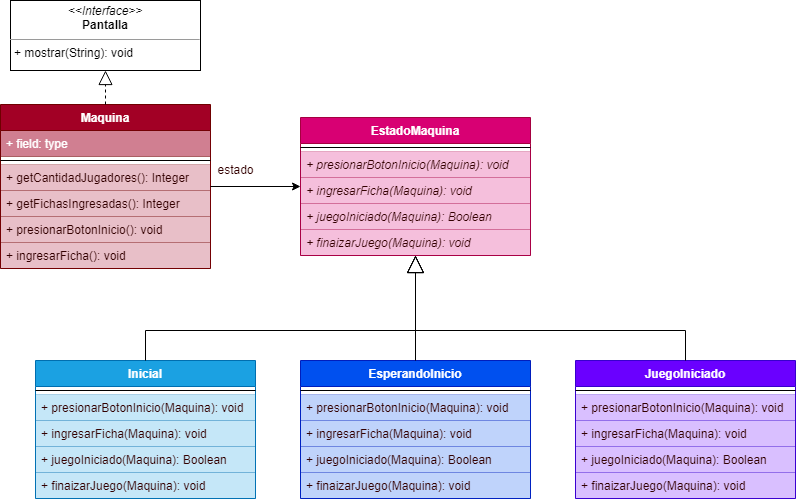
Above: src/ar/edu/unq/po2/stateStrategy/videoJuego/VideoJuego-State.png in leonelmontiel/unq-po2-2do (draw.io), before the change. Source tidied: cells renumbered, new cells last; positions are measured from the earlier drawing's top-left corner, leaving out a move shared by most shapes.
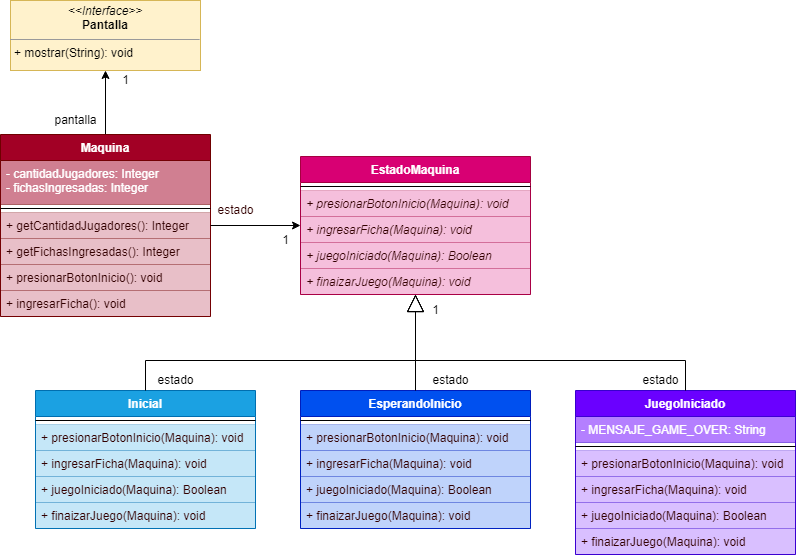
The same file after the commit.

Commit message:
ejercicio reproductorMP3 state

Diff of the diagram source:
```diff
@@ -2,32 +2,35 @@
   <root>
     <mxCell id="0" />
     <mxCell id="1" parent="0" />
+    <mxCell id="39" style="edgeStyle=orthogonalEdgeStyle;rounded=0;jettySize=auto;html=1;entryX=0.5;entryY=1;entryDx=0;entryDy=0;fontColor=default;" parent="1" edge="1" source="2" target="9">
+      <mxGeometry relative="1" as="geometry" />
+    </mxCell>
     <mxCell id="2" value="Maquina" style="swimlane;fontStyle=1;align=center;verticalAlign=top;horizontal=1;startSize=26;fillColor=#a20025;fontColor=#ffffff;strokeColor=#6F0000;" parent="1" vertex="1">
-      <mxGeometry y="104" width="210" height="164" as="geometry" />
+      <mxGeometry y="104" width="210" height="182" as="geometry" />
     </mxCell>
-    <mxCell id="3" value="+ field: type" style="text;strokeColor=#6F0000;fillColor=#a20025;align=left;verticalAlign=top;spacingLeft=4;spacingRight=4;overflow=hidden;fontColor=#ffffff;opacity=50;" parent="2" vertex="1">
-      <mxGeometry y="26" width="210" height="26" as="geometry" />
+    <mxCell id="3" value="- cantidadJugadores: Integer&#10;- fichasIngresadas: Integer" style="text;strokeColor=#6F0000;fillColor=#a20025;align=left;verticalAlign=top;spacingLeft=4;spacingRight=4;overflow=hidden;fontColor=#ffffff;opacity=50;" parent="2" vertex="1">
+      <mxGeometry y="26" width="210" height="44" as="geometry" />
     </mxCell>
     <mxCell id="4" style="line;strokeWidth=1;fillColor=none;align=left;verticalAlign=middle;spacingTop=-1;spacingLeft=3;spacingRight=3;labelPosition=right;" parent="2" vertex="1">
-      <mxGeometry y="52" width="210" height="8" as="geometry" />
+      <mxGeometry y="70" width="210" height="8" as="geometry" />
     </mxCell>
     <mxCell id="5" value="+ getCantidadJugadores(): Integer" style="text;strokeColor=#6F0000;fillColor=#a20025;align=left;verticalAlign=top;spacingLeft=4;spacingRight=4;overflow=hidden;fontColor=#330000;opacity=25;" parent="2" vertex="1">
-      <mxGeometry y="60" width="210" height="26" as="geometry" />
+      <mxGeometry y="78" width="210" height="26" as="geometry" />
     </mxCell>
     <mxCell id="6" value="+ getFichasIngresadas(): Integer" style="text;strokeColor=#6F0000;fillColor=#a20025;align=left;verticalAlign=top;spacingLeft=4;spacingRight=4;overflow=hidden;fontColor=#330000;opacity=25;" parent="2" vertex="1">
-      <mxGeometry y="86" width="210" height="26" as="geometry" />
+      <mxGeometry y="104" width="210" height="26" as="geometry" />
     </mxCell>
     <mxCell id="7" value="+ presionarBotonInicio(): void" style="text;strokeColor=#6F0000;fillColor=#a20025;align=left;verticalAlign=top;spacingLeft=4;spacingRight=4;overflow=hidden;fontColor=#330000;opacity=25;" parent="2" vertex="1">
-      <mxGeometry y="112" width="210" height="26" as="geometry" />
+      <mxGeometry y="130" width="210" height="26" as="geometry" />
     </mxCell>
     <mxCell id="8" value="+ ingresarFicha(): void" style="text;strokeColor=#6F0000;fillColor=#a20025;align=left;verticalAlign=top;spacingLeft=4;spacingRight=4;overflow=hidden;fontColor=#330000;opacity=25;" parent="2" vertex="1">
-      <mxGeometry y="138" width="210" height="26" as="geometry" />
+      <mxGeometry y="156" width="210" height="26" as="geometry" />
     </mxCell>
-    <mxCell id="9" value="&lt;p style=&quot;margin: 0px ; margin-top: 4px ; text-align: center&quot;&gt;&lt;i&gt;&amp;lt;&amp;lt;Interface&amp;gt;&amp;gt;&lt;/i&gt;&lt;br&gt;&lt;b&gt;Pantalla&lt;/b&gt;&lt;/p&gt;&lt;hr size=&quot;1&quot;&gt;&lt;p style=&quot;margin: 0px ; margin-left: 4px&quot;&gt;+ mostrar(String): void&lt;br&gt;&lt;br&gt;&lt;/p&gt;" style="verticalAlign=top;align=left;overflow=fill;fontSize=12;fontFamily=Helvetica;html=1;" parent="1" vertex="1">
-      <mxGeometry x="10" width="190" height="70" as="geometry" />
+    <mxCell id="9" value="&lt;p style=&quot;margin: 0px ; margin-top: 4px ; text-align: center&quot;&gt;&lt;i&gt;&amp;lt;&amp;lt;Interface&amp;gt;&amp;gt;&lt;/i&gt;&lt;br&gt;&lt;b&gt;Pantalla&lt;/b&gt;&lt;/p&gt;&lt;hr size=&quot;1&quot;&gt;&lt;p style=&quot;margin: 0px ; margin-left: 4px&quot;&gt;+ mostrar(String): void&lt;br&gt;&lt;br&gt;&lt;/p&gt;" style="verticalAlign=top;align=left;overflow=fill;fontSize=12;fontFamily=Helvetica;html=1;fillColor=#fff2cc;strokeColor=#d6b656;" parent="1" vertex="1">
+      <mxGeometry x="10" y="-30" width="190" height="70" as="geometry" />
     </mxCell>
     <mxCell id="10" value="EstadoMaquina" style="swimlane;fontStyle=1;align=center;verticalAlign=top;horizontal=1;startSize=26;fillColor=#d80073;fontColor=#ffffff;strokeColor=#A50040;" parent="1" vertex="1">
-      <mxGeometry x="300" y="117" width="230" height="138" as="geometry" />
+      <mxGeometry x="300" y="126" width="230" height="138" as="geometry" />
     </mxCell>
     <mxCell id="11" style="line;strokeWidth=1;fillColor=none;align=left;verticalAlign=middle;spacingTop=-1;spacingLeft=3;spacingRight=3;labelPosition=right;" parent="10" vertex="1">
       <mxGeometry y="26" width="230" height="8" as="geometry" />
@@ -81,22 +84,25 @@
       <mxGeometry y="112" width="230" height="26" as="geometry" />
     </mxCell>
     <mxCell id="28" value="JuegoIniciado" style="swimlane;fontStyle=1;align=center;verticalAlign=top;horizontal=1;startSize=26;fillColor=#6a00ff;fontColor=#ffffff;strokeColor=#3700CC;" parent="1" vertex="1">
-      <mxGeometry x="575" y="360" width="220" height="138" as="geometry" />
+      <mxGeometry x="575" y="360" width="220" height="164" as="geometry" />
     </mxCell>
+    <mxCell id="40" value="- MENSAJE_GAME_OVER: String" style="text;strokeColor=#3700CC;fillColor=#6a00ff;align=left;verticalAlign=top;spacingLeft=4;spacingRight=4;overflow=hidden;fontStyle=0;fontColor=#FFFFFF;opacity=50;" parent="28" vertex="1">
+      <mxGeometry y="26" width="220" height="26" as="geometry" />
+    </mxCell>
     <mxCell id="29" style="line;strokeWidth=1;fillColor=none;align=left;verticalAlign=middle;spacingTop=-1;spacingLeft=3;spacingRight=3;labelPosition=right;" parent="28" vertex="1">
-      <mxGeometry y="26" width="220" height="8" as="geometry" />
+      <mxGeometry y="52" width="220" height="8" as="geometry" />
     </mxCell>
     <mxCell id="30" value="+ presionarBotonInicio(Maquina): void" style="text;strokeColor=#3700CC;fillColor=#6a00ff;align=left;verticalAlign=top;spacingLeft=4;spacingRight=4;overflow=hidden;fontStyle=0;fontColor=#330000;opacity=25;" parent="28" vertex="1">
-      <mxGeometry y="34" width="220" height="26" as="geometry" />
+      <mxGeometry y="60" width="220" height="26" as="geometry" />
     </mxCell>
     <mxCell id="31" value="+ ingresarFicha(Maquina): void" style="text;strokeColor=#3700CC;fillColor=#6a00ff;align=left;verticalAlign=top;spacingLeft=4;spacingRight=4;overflow=hidden;fontStyle=0;fontColor=#330000;opacity=25;" parent="28" vertex="1">
-      <mxGeometry y="60" width="220" height="26" as="geometry" />
+      <mxGeometry y="86" width="220" height="26" as="geometry" />
     </mxCell>
     <mxCell id="32" value="+ juegoIniciado(Maquina): Boolean" style="text;strokeColor=#3700CC;fillColor=#6a00ff;align=left;verticalAlign=top;spacingLeft=4;spacingRight=4;overflow=hidden;fontStyle=0;fontColor=#330000;opacity=25;" parent="28" vertex="1">
-      <mxGeometry y="86" width="220" height="26" as="geometry" />
+      <mxGeometry y="112" width="220" height="26" as="geometry" />
     </mxCell>
     <mxCell id="33" value="+ finaizarJuego(Maquina): void" style="text;strokeColor=#3700CC;fillColor=#6a00ff;align=left;verticalAlign=top;spacingLeft=4;spacingRight=4;overflow=hidden;fontStyle=0;fontColor=#330000;opacity=25;" parent="28" vertex="1">
-      <mxGeometry y="112" width="220" height="26" as="geometry" />
+      <mxGeometry y="138" width="220" height="26" as="geometry" />
     </mxCell>
     <mxCell id="34" style="endArrow=classic;html=1;rounded=0;endFill=1;" parent="1" edge="1" source="2" target="10">
       <mxGeometry relative="1" as="geometry" />
@@ -121,10 +127,28 @@
       </mxGeometry>
     </mxCell>
     <mxCell id="38" value="estado" style="text;html=1;align=center;verticalAlign=middle;strokeColor=none;fillColor=none;fontColor=#330000;" parent="1" vertex="1">
-      <mxGeometry x="210" y="160" width="50" height="20" as="geometry" />
+      <mxGeometry x="210" y="170" width="50" height="20" as="geometry" />
     </mxCell>
-    <mxCell id="39" style="endArrow=block;dashed=1;endFill=0;endSize=12;html=1;rounded=0;fontColor=#330000;exitX=0.5;exitY=0;exitDx=0;exitDy=0;entryX=0.5;entryY=1;entryDx=0;entryDy=0;" parent="1" edge="1" source="2" target="9">
-      <mxGeometry relative="1" as="geometry" />
-    </mxCell>
+    <mxCell id="41" value="pantalla" style="text;html=1;align=center;verticalAlign=middle;strokeColor=none;fillColor=none;fontColor=default;" parent="1" vertex="1">
+      <mxGeometry x="45" y="80" width="60" height="20" as="geometry" />
+    </mxCell>
+    <mxCell id="42" value="1" style="text;html=1;align=center;verticalAlign=middle;strokeColor=none;fillColor=none;fontColor=default;" parent="1" vertex="1">
+      <mxGeometry x="115" y="40" width="20" height="20" as="geometry" />
+    </mxCell>
+    <mxCell id="43" value="1" style="text;html=1;align=center;verticalAlign=middle;strokeColor=none;fillColor=none;fontColor=default;" parent="1" vertex="1">
+      <mxGeometry x="275" y="200" width="20" height="20" as="geometry" />
+    </mxCell>
+    <mxCell id="44" value="estado" style="text;html=1;align=center;verticalAlign=middle;strokeColor=none;fillColor=none;fontColor=default;" parent="1" vertex="1">
+      <mxGeometry x="635" y="340" width="50" height="20" as="geometry" />
+    </mxCell>
+    <mxCell id="45" value="estado" style="text;html=1;align=center;verticalAlign=middle;strokeColor=none;fillColor=none;fontColor=default;" parent="1" vertex="1">
+      <mxGeometry x="425" y="340" width="50" height="20" as="geometry" />
+    </mxCell>
+    <mxCell id="46" value="estado" style="text;html=1;align=center;verticalAlign=middle;strokeColor=none;fillColor=none;fontColor=default;" parent="1" vertex="1">
+      <mxGeometry x="150" y="340" width="50" height="20" as="geometry" />
+    </mxCell>
+    <mxCell id="47" value="1" style="text;html=1;align=center;verticalAlign=middle;strokeColor=none;fillColor=none;fontColor=default;" parent="1" vertex="1">
+      <mxGeometry x="425" y="270" width="20" height="20" as="geometry" />
+    </mxCell>
   </root>
 </mxGraphModel>
```
